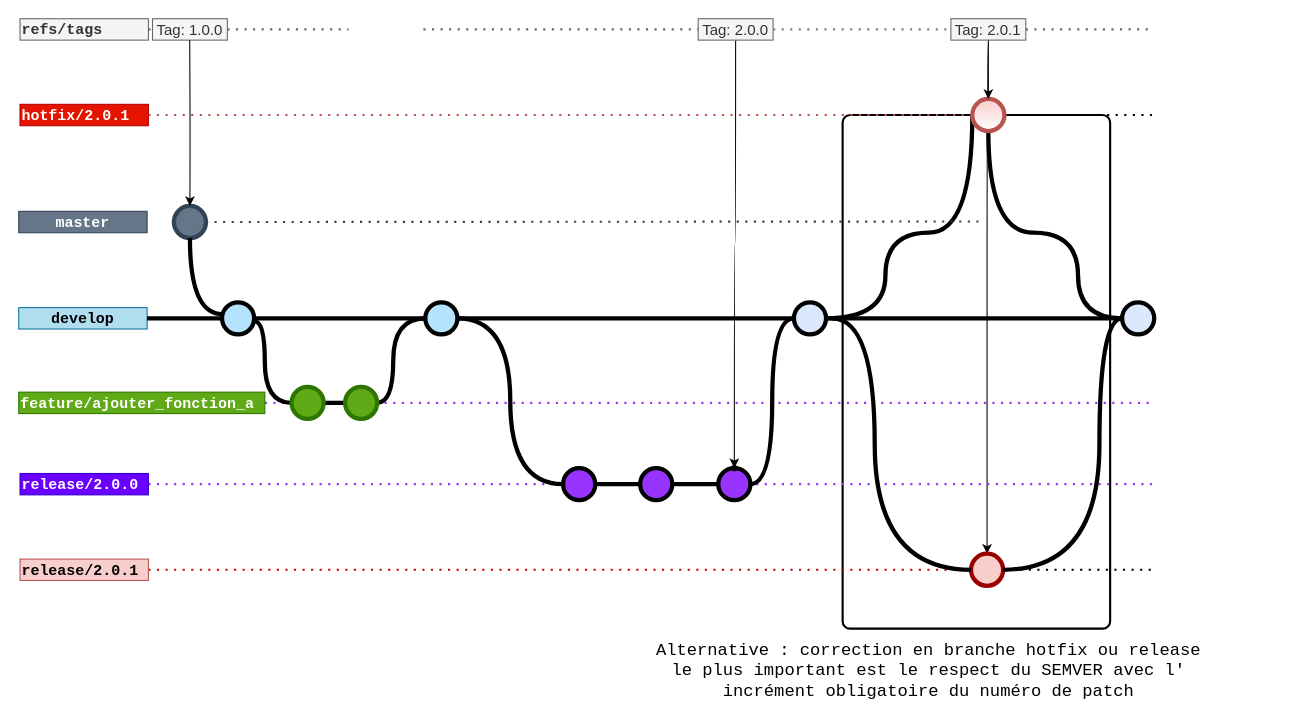
jmrablat/GITFLOW-BP-SAC keeps this draw.io diagram as page "gitflow et pipeline" (1 of 4) of BP_SAC_gitflow.drawio. Above is the earlier version. Source tidied: cells renumbered, new cells numbered last; positions are measured from the earlier drawing's top-left corner, leaving out a move shared by most shapes. Both pictures are drawn from the tidied source at 107%, with x=0, y=0 at pixel (18, 18).
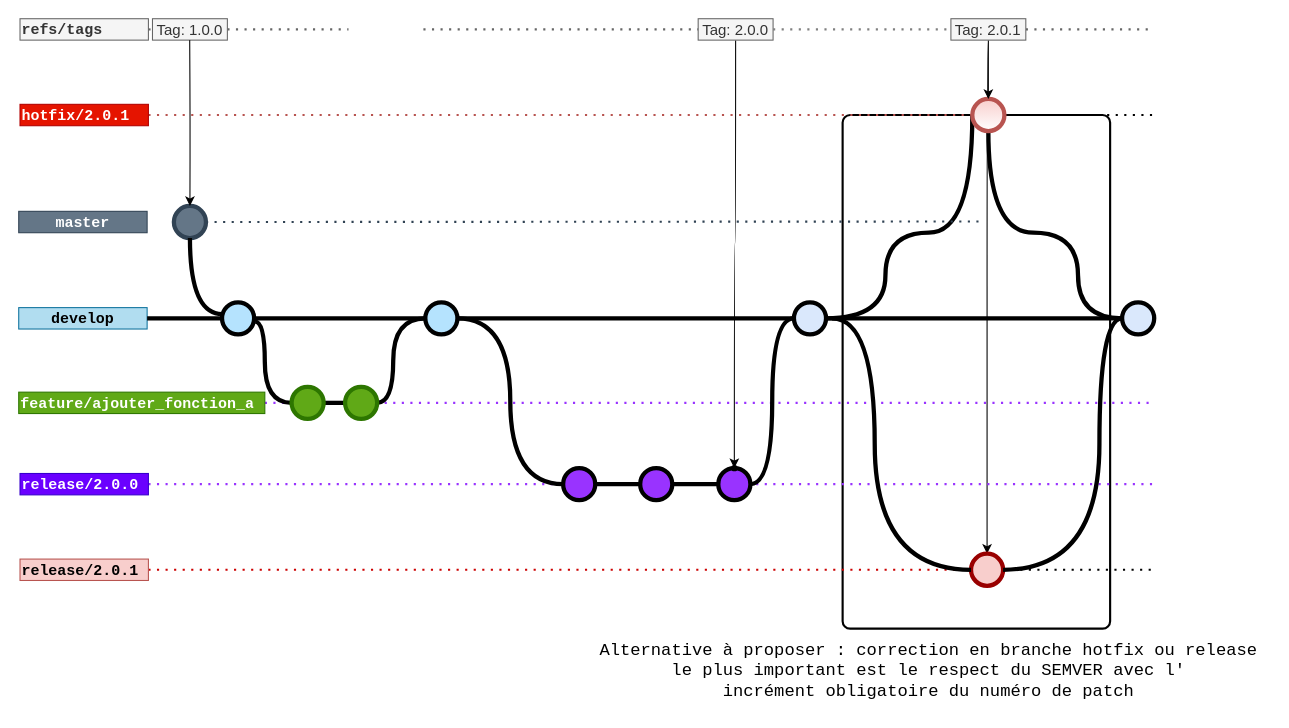
Above is the later version.

Commit message:
Mettre à jour un message pour tester BP_SAC_gitflow.drawio

Change to the diagram source:
```diff
@@
-    <mxCell id="51" value="Alternative : correction en branche hotfix ou release&lt;br&gt;le plus important est le respect du SEMVER avec l'&lt;br&gt;incrément obligatoire du numéro de patch" style="text;html=1;align=center;verticalAlign=middle;strokeColor=none;fillColor=none;fontSize=16;fontFamily=Courier New;fontColor=default;" parent="1" vertex="1">
-      <mxGeometry x="590" y="580" width="520" height="60" as="geometry" />
+    <mxCell id="51" value="Alternative à proposer : correction en branche hotfix ou release&lt;br&gt;le plus important est le respect du SEMVER avec l'&lt;br&gt;incrément obligatoire du numéro de patch" style="text;html=1;align=center;verticalAlign=middle;strokeColor=none;fillColor=none;fontSize=16;fontFamily=Courier New;fontColor=default;" parent="1" vertex="1">
+      <mxGeometry x="530" y="575" width="640" height="70" as="geometry" />
     </mxCell>
```
